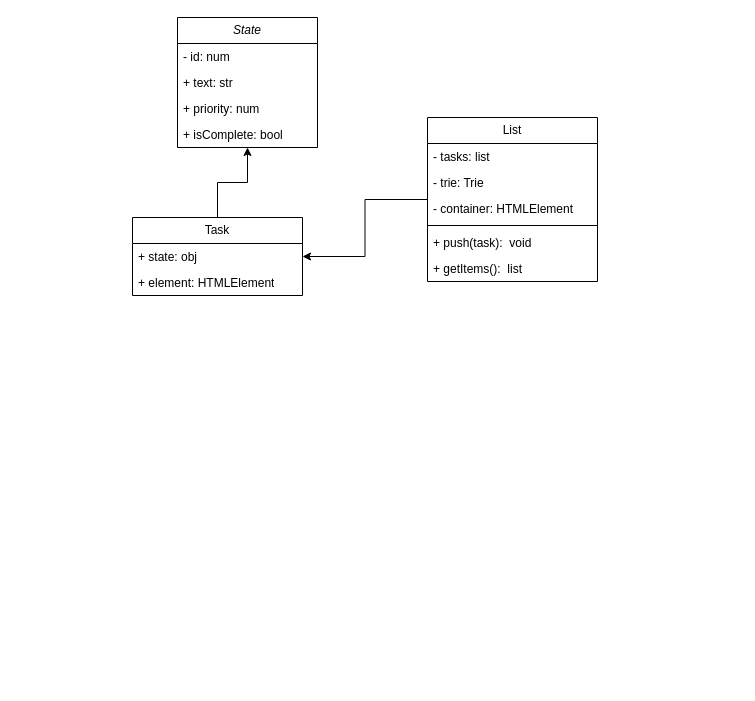
This is design/Class_Diagram.drawio from asror1/todo-app, a draw.io file, before an edit. Source tidied: cells renumbered, new cells numbered last; positions are measured from the earlier drawing's top-left corner, leaving out a move shared by most shapes. Both pictures are drawn from the tidied source at 100%, with x=0, y=0 at pixel (132, 17).
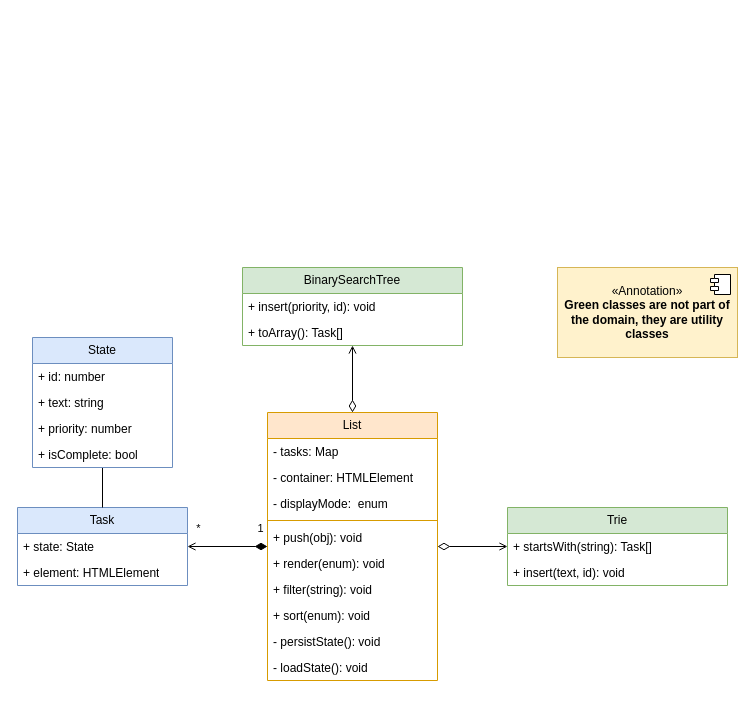
The same page after the edit.

What changed in the source:
```diff
@@
-    <mxCell id="2" style="edgeStyle=orthogonalEdgeStyle;rounded=0;jettySize=auto;html=1;" parent="1" edge="1" source="3" target="14">
-      <mxGeometry relative="1" as="geometry" />
-    </mxCell>
-    <mxCell id="3" value="Task" style="swimlane;fontStyle=0;horizontal=1;startSize=26;fillColor=none;whiteSpace=wrap;html=1;" parent="1" vertex="1">
-      <mxGeometry y="200" width="170" height="78" as="geometry" />
+    <mxCell id="3" value="Task" style="swimlane;fontStyle=0;horizontal=1;startSize=26;fillColor=#dae8fc;whiteSpace=wrap;html=1;strokeColor=#6c8ebf;" parent="1" vertex="1">
+      <mxGeometry x="-115" y="490" width="170" height="78" as="geometry" />
     </mxCell>
-    <mxCell id="4" value="+ state: obj" style="text;strokeColor=none;fillColor=none;align=left;verticalAlign=top;spacingLeft=4;spacingRight=4;overflow=hidden;whiteSpace=wrap;html=1;" parent="3" vertex="1">
+    <mxCell id="4" value="+ state: State" style="text;strokeColor=none;fillColor=none;align=left;verticalAlign=top;spacingLeft=4;spacingRight=4;overflow=hidden;whiteSpace=wrap;html=1;" parent="3" vertex="1">
       <mxGeometry y="26" width="170" height="26" as="geometry" />
     </mxCell>
@@
-    <mxCell id="6" style="edgeStyle=orthogonalEdgeStyle;rounded=0;jettySize=auto;html=1;" parent="1" edge="1" source="7" target="3">
+    <mxCell id="6" style="edgeStyle=orthogonalEdgeStyle;rounded=0;jettySize=auto;html=1;endArrow=open;endSize=6;startArrow=diamondThin;startSize=10;startFill=1;endFill=0;" parent="1" edge="1" source="7" target="3">
       <mxGeometry relative="1" as="geometry" />
     </mxCell>
+    <mxCell id="19" value="1" style="edgeLabel;html=1;align=center;verticalAlign=middle;" parent="6" vertex="1">
+      <mxGeometry x="-0.79" relative="1" as="geometry">
+        <mxPoint y="-19" as="offset" />
+      </mxGeometry>
+    </mxCell>
+    <mxCell id="20" value="*" style="edgeLabel;html=1;align=center;verticalAlign=middle;" parent="6" vertex="1">
+      <mxGeometry x="0.6" relative="1" as="geometry">
+        <mxPoint x="-6" y="-19" as="offset" />
+      </mxGeometry>
+    </mxCell>
+    <mxCell id="21" style="edgeStyle=orthogonalEdgeStyle;rounded=0;jettySize=auto;html=1;startArrow=diamondThin;startFill=0;startSize=10;endArrow=open;endFill=0;" parent="1" edge="1" source="7" target="28">
+      <mxGeometry relative="1" as="geometry" />
+    </mxCell>
+    <mxCell id="22" style="edgeStyle=orthogonalEdgeStyle;rounded=0;jettySize=auto;html=1;endSize=6;startSize=10;startArrow=diamondThin;startFill=0;endArrow=open;endFill=0;" parent="1" edge="1" source="7" target="31">
+      <mxGeometry relative="1" as="geometry" />
+    </mxCell>
-    <mxCell id="7" value="List" style="swimlane;fontStyle=0;horizontal=1;startSize=26;fillColor=none;whiteSpace=wrap;html=1;" parent="1" vertex="1">
-      <mxGeometry x="295" y="100" width="170" height="164" as="geometry" />
+    <mxCell id="7" value="List" style="swimlane;fontStyle=0;horizontal=1;startSize=26;fillColor=#ffe6cc;whiteSpace=wrap;html=1;strokeColor=#d79b00;" parent="1" vertex="1">
+      <mxGeometry x="135" y="395" width="170" height="268" as="geometry" />
     </mxCell>
-    <mxCell id="8" value="- tasks: list" style="text;strokeColor=none;fillColor=none;align=left;verticalAlign=top;spacingLeft=4;spacingRight=4;overflow=hidden;whiteSpace=wrap;html=1;" parent="7" vertex="1">
+    <mxCell id="8" value="- tasks: Map" style="text;strokeColor=none;fillColor=none;align=left;verticalAlign=top;spacingLeft=4;spacingRight=4;overflow=hidden;whiteSpace=wrap;html=1;" parent="7" vertex="1">
       <mxGeometry y="26" width="170" height="26" as="geometry" />
     </mxCell>
-    <mxCell id="9" value="- trie: Trie" style="text;strokeColor=none;fillColor=none;align=left;verticalAlign=top;spacingLeft=4;spacingRight=4;overflow=hidden;whiteSpace=wrap;html=1;" parent="7" vertex="1">
-      <mxGeometry y="52" width="170" height="26" as="geometry" />
-    </mxCell>
     <mxCell id="10" value="- container: HTMLElement" style="text;strokeColor=none;fillColor=none;align=left;verticalAlign=top;spacingLeft=4;spacingRight=4;overflow=hidden;whiteSpace=wrap;html=1;" parent="7" vertex="1">
-      <mxGeometry y="78" width="170" height="26" as="geometry" />
+      <mxGeometry y="52" width="170" height="26" as="geometry" />
     </mxCell>
+    <mxCell id="23" value="- displayMode:&amp;nbsp; enum" style="text;strokeColor=none;fillColor=none;align=left;verticalAlign=top;spacingLeft=4;spacingRight=4;overflow=hidden;whiteSpace=wrap;html=1;" parent="7" vertex="1">
+      <mxGeometry y="78" width="170" height="26" as="geometry" />
+    </mxCell>
@@
-    <mxCell id="12" value="+ push(task):&amp;nbsp; void" style="text;strokeColor=none;fillColor=none;align=left;verticalAlign=top;spacingLeft=4;spacingRight=4;overflow=hidden;whiteSpace=wrap;html=1;" parent="7" vertex="1">
+    <mxCell id="12" value="+ push(obj): void" style="text;strokeColor=none;fillColor=none;align=left;verticalAlign=top;spacingLeft=4;spacingRight=4;overflow=hidden;whiteSpace=wrap;html=1;" parent="7" vertex="1">
       <mxGeometry y="112" width="170" height="26" as="geometry" />
     </mxCell>
-    <mxCell id="13" value="+ getItems():&amp;nbsp; list" style="text;strokeColor=none;fillColor=none;align=left;verticalAlign=top;spacingLeft=4;spacingRight=4;overflow=hidden;whiteSpace=wrap;html=1;" parent="7" vertex="1">
+    <mxCell id="13" value="+ render(enum): void" style="text;strokeColor=none;fillColor=none;align=left;verticalAlign=top;spacingLeft=4;spacingRight=4;overflow=hidden;whiteSpace=wrap;html=1;" parent="7" vertex="1">
       <mxGeometry y="138" width="170" height="26" as="geometry" />
     </mxCell>
+    <mxCell id="24" value="+ filter(string): void" style="text;strokeColor=none;fillColor=none;align=left;verticalAlign=top;spacingLeft=4;spacingRight=4;overflow=hidden;whiteSpace=wrap;html=1;" parent="7" vertex="1">
+      <mxGeometry y="164" width="170" height="26" as="geometry" />
+    </mxCell>
+    <mxCell id="25" value="+ sort(enum): void" style="text;strokeColor=none;fillColor=none;align=left;verticalAlign=top;spacingLeft=4;spacingRight=4;overflow=hidden;whiteSpace=wrap;html=1;" parent="7" vertex="1">
+      <mxGeometry y="190" width="170" height="26" as="geometry" />
+    </mxCell>
+    <mxCell id="26" value="- persistState(): void" style="text;strokeColor=none;fillColor=none;align=left;verticalAlign=top;spacingLeft=4;spacingRight=4;overflow=hidden;whiteSpace=wrap;html=1;" parent="7" vertex="1">
+      <mxGeometry y="216" width="170" height="26" as="geometry" />
+    </mxCell>
+    <mxCell id="27" value="- loadState(): void" style="text;strokeColor=none;fillColor=none;align=left;verticalAlign=top;spacingLeft=4;spacingRight=4;overflow=hidden;whiteSpace=wrap;html=1;" parent="7" vertex="1">
+      <mxGeometry y="242" width="170" height="26" as="geometry" />
+    </mxCell>
+    <mxCell id="28" value="Trie" style="swimlane;fontStyle=0;horizontal=1;startSize=26;fillColor=#d5e8d4;whiteSpace=wrap;html=1;strokeColor=#82b366;" parent="1" vertex="1">
+      <mxGeometry x="375" y="490" width="220" height="78" as="geometry" />
+    </mxCell>
+    <mxCell id="29" value="+ startsWith(string): Task[]" style="text;strokeColor=none;fillColor=none;align=left;verticalAlign=top;spacingLeft=4;spacingRight=4;overflow=hidden;whiteSpace=wrap;html=1;" parent="28" vertex="1">
+      <mxGeometry y="26" width="220" height="26" as="geometry" />
+    </mxCell>
+    <mxCell id="30" value="+ insert(text, id): void" style="text;strokeColor=none;fillColor=none;align=left;verticalAlign=top;spacingLeft=4;spacingRight=4;overflow=hidden;whiteSpace=wrap;html=1;" parent="28" vertex="1">
+      <mxGeometry y="52" width="220" height="26" as="geometry" />
+    </mxCell>
+    <mxCell id="31" value="BinarySearchTree" style="swimlane;fontStyle=0;horizontal=1;startSize=26;fillColor=#d5e8d4;whiteSpace=wrap;html=1;strokeColor=#82b366;" parent="1" vertex="1">
+      <mxGeometry x="110" y="250" width="220" height="78" as="geometry" />
+    </mxCell>
+    <mxCell id="32" value="+ insert(priority, id): void" style="text;strokeColor=none;fillColor=none;align=left;verticalAlign=top;spacingLeft=4;spacingRight=4;overflow=hidden;whiteSpace=wrap;html=1;" parent="31" vertex="1">
+      <mxGeometry y="26" width="220" height="26" as="geometry" />
+    </mxCell>
+    <mxCell id="33" value="+ toArray(): Task[]" style="text;strokeColor=none;fillColor=none;align=left;verticalAlign=top;spacingLeft=4;spacingRight=4;overflow=hidden;whiteSpace=wrap;html=1;" parent="31" vertex="1">
+      <mxGeometry y="52" width="220" height="26" as="geometry" />
+    </mxCell>
+    <mxCell id="2" style="edgeStyle=orthogonalEdgeStyle;rounded=0;jettySize=auto;html=1;endArrow=none;startArrow=none;endFill=0;startFill=0;endSize=6;" parent="1" edge="1" source="3" target="14">
+      <mxGeometry relative="1" as="geometry" />
+    </mxCell>
-    <mxCell id="14" value="&lt;i&gt;State&lt;/i&gt;" style="swimlane;fontStyle=0;horizontal=1;startSize=26;fillColor=none;whiteSpace=wrap;html=1;" parent="1" vertex="1">
-      <mxGeometry x="45" width="140" height="130" as="geometry" />
+    <mxCell id="14" value="State" style="swimlane;fontStyle=0;horizontal=1;startSize=26;fillColor=#dae8fc;whiteSpace=wrap;html=1;strokeColor=#6c8ebf;" parent="1" vertex="1">
+      <mxGeometry x="-100" y="320" width="140" height="130" as="geometry" />
     </mxCell>
-    <mxCell id="15" value="- id: num" style="text;strokeColor=none;fillColor=none;align=left;verticalAlign=top;spacingLeft=4;spacingRight=4;overflow=hidden;whiteSpace=wrap;html=1;" parent="14" vertex="1">
-      <mxGeometry y="26" width="140" height="26" as="geometry" />
-    </mxCell>
-    <mxCell id="16" value="+ text: str" style="text;strokeColor=none;fillColor=none;align=left;verticalAlign=top;spacingLeft=4;spacingRight=4;overflow=hidden;whiteSpace=wrap;html=1;" parent="14" vertex="1">
-      <mxGeometry y="52" width="140" height="26" as="geometry" />
-    </mxCell>
-    <mxCell id="17" value="+ priority: num" style="text;strokeColor=none;fillColor=none;align=left;verticalAlign=top;spacingLeft=4;spacingRight=4;overflow=hidden;whiteSpace=wrap;html=1;" parent="14" vertex="1">
-      <mxGeometry y="78" width="140" height="26" as="geometry" />
-    </mxCell>
+    <mxCell id="34" value="+ id: number" style="text;strokeColor=none;fillColor=none;align=left;verticalAlign=top;spacingLeft=4;spacingRight=4;overflow=hidden;whiteSpace=wrap;html=1;" parent="14" vertex="1">
+      <mxGeometry y="26" width="140" height="26" as="geometry" />
+    </mxCell>
+    <mxCell id="35" value="+ text: string" style="text;strokeColor=none;fillColor=none;align=left;verticalAlign=top;spacingLeft=4;spacingRight=4;overflow=hidden;whiteSpace=wrap;html=1;" parent="14" vertex="1">
+      <mxGeometry y="52" width="140" height="26" as="geometry" />
+    </mxCell>
+    <mxCell id="36" value="+ priority: number" style="text;strokeColor=none;fillColor=none;align=left;verticalAlign=top;spacingLeft=4;spacingRight=4;overflow=hidden;whiteSpace=wrap;html=1;" parent="14" vertex="1">
+      <mxGeometry y="78" width="140" height="26" as="geometry" />
+    </mxCell>
@@
+    <mxCell id="37" value="«Annotation»&lt;br&gt;&lt;b&gt;&lt;font style=&quot;font-size: 12px;&quot;&gt;Green classes are not part of the domain, they are utility classes&lt;/font&gt;&lt;/b&gt;" style="html=1;whiteSpace=wrap;fillColor=#fff2cc;strokeColor=#d6b656;" parent="1" vertex="1">
+      <mxGeometry x="425" y="250" width="180" height="90" as="geometry" />
+    </mxCell>
+    <mxCell id="38" style="shape=module;jettyWidth=8;jettyHeight=4;" parent="37" vertex="1">
+      <mxGeometry x="1" width="20" height="20" relative="1" as="geometry">
+        <mxPoint x="-27" y="7" as="offset" />
+      </mxGeometry>
+    </mxCell>
```
